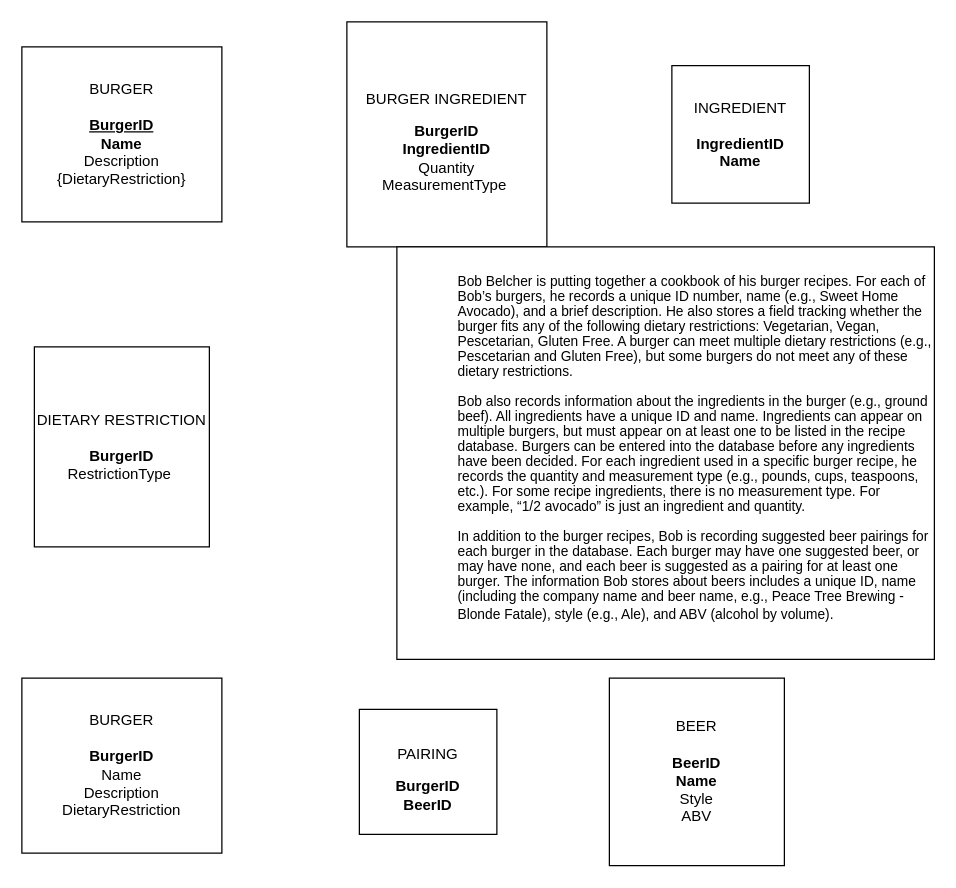
The draw.io diagram page "Page-1" (1 of 3) of Untitled Diagram.drawio in jessapoy/jessapoy, before the edit. Source tidied: cells renumbered, new cells numbered last; positions are measured from the earlier drawing's top-left corner, leaving out a move shared by most shapes. Both pictures are drawn from the tidied source at 125%, with x=0, y=0 at pixel (21, 21).
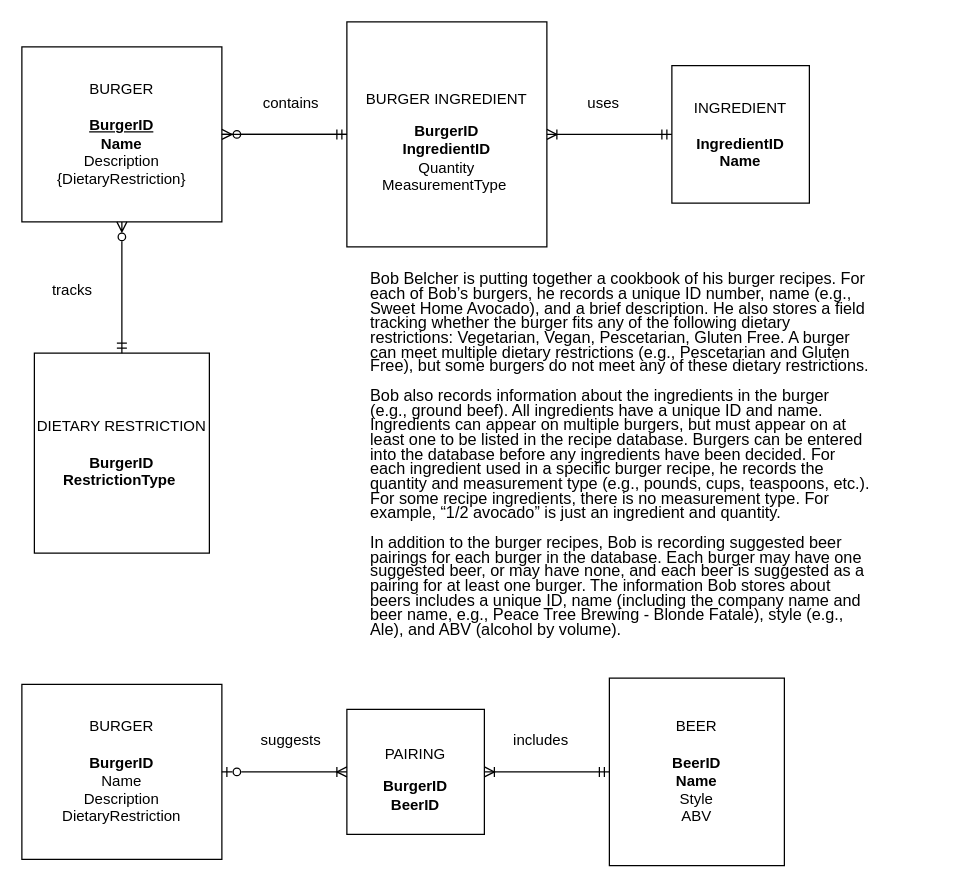
Above is the later version.

Unchanged cells that the change refers to:
```xml
<mxCell id="2" value="&lt;div&gt;&lt;span style=&quot;background-color: initial;&quot;&gt;BURGER&lt;/span&gt;&lt;/div&gt;&lt;span style=&quot;background-color: initial;&quot;&gt;&lt;div&gt;&lt;span style=&quot;background-color: initial;&quot;&gt;&lt;br&gt;&lt;/span&gt;&lt;/div&gt;&lt;b&gt;&lt;u&gt;BurgerID&lt;/u&gt;&lt;/b&gt;&lt;/span&gt;&lt;br&gt;&lt;span style=&quot;background-color: initial;&quot;&gt;&lt;b&gt;Name&lt;/b&gt;&lt;/span&gt;&lt;br&gt;&lt;span style=&quot;background-color: initial;&quot;&gt;Description&lt;/span&gt;&lt;br&gt;&lt;span style=&quot;background-color: initial;&quot;&gt;{DietaryRestriction}&lt;/span&gt;" style="whiteSpace=wrap;html=1;align=center;" parent="1" vertex="1">
  <mxGeometry y="20" width="160" height="140" as="geometry" />
</mxCell>
<mxCell id="3" value="&lt;div&gt;INGREDIENT&lt;/div&gt;&lt;div&gt;&lt;br&gt;&lt;/div&gt;&lt;b&gt;IngredientID&lt;/b&gt;&lt;div&gt;&lt;b&gt;Name&lt;/b&gt;&lt;/div&gt;" style="whiteSpace=wrap;html=1;align=center;" parent="1" vertex="1">
  <mxGeometry x="520" y="35" width="110" height="110" as="geometry" />
</mxCell>
<mxCell id="4" value="BEER&lt;div&gt;&lt;br&gt;&lt;/div&gt;&lt;div&gt;&lt;span style=&quot;background-color: initial;&quot;&gt;&lt;b&gt;BeerID&lt;/b&gt;&lt;/span&gt;&lt;br&gt;&lt;span style=&quot;background-color: initial;&quot;&gt;&lt;b&gt;Name&lt;/b&gt;&lt;/span&gt;&lt;br&gt;&lt;span style=&quot;background-color: initial;&quot;&gt;Style&lt;/span&gt;&lt;br&gt;&lt;span style=&quot;background-color: initial;&quot;&gt;ABV&lt;/span&gt;&lt;br&gt;&lt;/div&gt;" style="whiteSpace=wrap;html=1;align=center;" parent="1" vertex="1">
  <mxGeometry x="470" y="525" width="140" height="150" as="geometry" />
</mxCell>
<mxCell id="7" value="&lt;p&gt;BURGER INGREDIENT&lt;/p&gt;&lt;b&gt;&lt;span style=&quot;background-color: initial;&quot;&gt;BurgerID&lt;/span&gt;&lt;br&gt;&lt;span style=&quot;background-color: initial;&quot;&gt;IngredientID&lt;/span&gt;&lt;/b&gt;&lt;br&gt;&lt;span style=&quot;background-color: initial;&quot;&gt;Quantity&lt;/span&gt;&lt;br&gt;&lt;span style=&quot;background-color: initial;&quot;&gt;MeasurementType&amp;nbsp;&lt;/span&gt;" style="whiteSpace=wrap;html=1;align=center;" parent="1" vertex="1">
  <mxGeometry x="260" width="160" height="180" as="geometry" />
</mxCell>
```

What changed in the source:
```diff
@@
-    <mxCell id="5" value="DIETARY RESTRICTION&lt;div&gt;&lt;br&gt;&lt;/div&gt;&lt;div&gt;&lt;span style=&quot;background-color: initial;&quot;&gt;&lt;b&gt;BurgerID&lt;/b&gt;&lt;/span&gt;&lt;br&gt;&lt;span style=&quot;background-color: initial;&quot;&gt;RestrictionType&amp;nbsp;&lt;/span&gt;&lt;br&gt;&lt;/div&gt;" style="whiteSpace=wrap;html=1;align=center;" parent="1" vertex="1">
-      <mxGeometry x="10" y="260" width="140" height="160" as="geometry" />
+    <mxCell id="5" value="DIETARY RESTRICTION&lt;div&gt;&lt;br&gt;&lt;/div&gt;&lt;div&gt;&lt;span style=&quot;background-color: initial;&quot;&gt;&lt;b&gt;BurgerID&lt;/b&gt;&lt;/span&gt;&lt;br&gt;&lt;span style=&quot;background-color: initial;&quot;&gt;&lt;b&gt;RestrictionType&lt;/b&gt;&amp;nbsp;&lt;/span&gt;&lt;br&gt;&lt;/div&gt;" style="whiteSpace=wrap;html=1;align=center;" parent="1" vertex="1">
+      <mxGeometry x="10" y="265" width="140" height="160" as="geometry" />
     </mxCell>
     <mxCell id="6" value="&lt;p&gt;PAIRING&lt;/p&gt;&lt;b&gt;&lt;span style=&quot;background-color: initial;&quot;&gt;BurgerID&lt;/span&gt;&lt;br&gt;&lt;span style=&quot;background-color: initial;&quot;&gt;BeerID&lt;/span&gt;&lt;/b&gt;" style="whiteSpace=wrap;html=1;align=center;" parent="1" vertex="1">
-      <mxGeometry x="270" y="550" width="110" height="100" as="geometry" />
+      <mxGeometry x="260" y="550" width="110" height="100" as="geometry" />
     </mxCell>
@@
     <mxCell id="8" value="&lt;div&gt;&lt;span style=&quot;background-color: initial;&quot;&gt;BURGER&lt;/span&gt;&lt;/div&gt;&lt;span style=&quot;background-color: initial;&quot;&gt;&lt;div&gt;&lt;span style=&quot;background-color: initial;&quot;&gt;&lt;br&gt;&lt;/span&gt;&lt;/div&gt;&lt;b&gt;BurgerID&lt;/b&gt;&lt;/span&gt;&lt;br&gt;&lt;span style=&quot;background-color: initial;&quot;&gt;Name&lt;/span&gt;&lt;br&gt;&lt;span style=&quot;background-color: initial;&quot;&gt;Description&lt;/span&gt;&lt;br&gt;&lt;span style=&quot;background-color: initial;&quot;&gt;DietaryRestriction&lt;/span&gt;" style="whiteSpace=wrap;html=1;align=center;" parent="1" vertex="1">
-      <mxGeometry y="525" width="160" height="140" as="geometry" />
+      <mxGeometry y="530" width="160" height="140" as="geometry" />
     </mxCell>
-    <mxCell id="9" value="&lt;p style=&quot;text-align: left; margin: 0in 0in 0in 0.5in; line-height: normal; font-family: &amp;quot;Franklin Gothic Book&amp;quot;, sans-serif; font-size: 11px;&quot; class=&quot;MsoListParagraph&quot;&gt;&lt;font style=&quot;font-size: 11px;&quot;&gt;Bob Belcher is putting together a cookbook of his burger recipes. For each of Bob’s burgers, he records a unique ID number, name (e.g., Sweet Home Avocado), and a brief description. He also stores a field tracking whether the burger fits any of the following dietary restrictions: Vegetarian, Vegan, Pescetarian, Gluten Free. A burger can meet multiple dietary restrictions (e.g., Pescetarian and Gluten Free), but some burgers do not meet any of these dietary restrictions.&lt;/font&gt;&lt;/p&gt;&lt;p style=&quot;text-align: left; margin: 0in 0in 0in 0.5in; line-height: normal; font-family: &amp;quot;Franklin Gothic Book&amp;quot;, sans-serif; font-size: 11px;&quot; class=&quot;MsoListParagraph&quot;&gt;&lt;font style=&quot;font-size: 11px;&quot;&gt;&amp;nbsp;&lt;/font&gt;&lt;/p&gt;&lt;p style=&quot;text-align: left; margin: 0in 0in 0in 0.5in; line-height: normal; font-family: &amp;quot;Franklin Gothic Book&amp;quot;, sans-serif; font-size: 11px;&quot; class=&quot;MsoListParagraph&quot;&gt;&lt;font style=&quot;font-size: 11px;&quot;&gt;Bob also records information about the ingredients in the burger (e.g., ground beef). All ingredients have a unique ID and name. Ingredients can appear on multiple burgers, but must appear on at least one to be listed in the recipe database. Burgers can be entered into the database before any ingredients have been decided. For each ingredient used in a specific burger recipe, he records the quantity and measurement type (e.g., pounds, cups, teaspoons, etc.). For some recipe ingredients, there is no measurement type. For example, “1/2 avocado” is just an ingredient and quantity.&lt;/font&gt;&lt;/p&gt;&lt;p style=&quot;text-align: left; margin: 0in 0in 0in 0.5in; line-height: normal; font-family: &amp;quot;Franklin Gothic Book&amp;quot;, sans-serif; font-size: 11px;&quot; class=&quot;MsoListParagraph&quot;&gt;&lt;font style=&quot;font-size: 11px;&quot;&gt;&amp;nbsp;&lt;/font&gt;&lt;/p&gt;&lt;p style=&quot;text-align: left; margin: 0in 0in 6pt 0.5in; line-height: normal; font-family: &amp;quot;Franklin Gothic Book&amp;quot;, sans-serif; font-size: 11px;&quot; class=&quot;MsoListParagraph&quot;&gt;&lt;font style=&quot;font-size: 11px;&quot;&gt;In addition to the burger recipes, Bob is recording suggested beer pairings for each burger in the database. Each burger may have one suggested beer, or may have none, and each beer is suggested as a pairing for at least one burger. The information Bob stores about beers includes a unique ID, name (including the company name and beer name, e.g., Peace Tree Brewing - Blonde Fatale), style (e.g., Ale), and ABV (alcohol by volume).&lt;/font&gt;&lt;span style=&quot;font-size: 10pt; font-size: 10pt;&quot;&gt;&lt;/span&gt;&lt;/p&gt;" style="whiteSpace=wrap;html=1;strokeColor=default;align=center;" parent="1" vertex="1">
-      <mxGeometry x="300" y="180" width="430" height="330" as="geometry" />
+    <mxCell id="9" value="&lt;p class=&quot;MsoListParagraph&quot; style=&quot;margin: 0in 0in 0in 0.5in; line-height: 90%; font-size: 13px; font-family: &amp;quot;Franklin Gothic Book&amp;quot;, sans-serif; text-align: left;&quot;&gt;&lt;font style=&quot;font-size: 13px;&quot;&gt;Bob Belcher is putting together a cookbook of his burger recipes. For each of Bob’s burgers, he records a unique ID number, name (e.g., Sweet Home Avocado), and a brief description. He also stores a field tracking whether the burger fits any of the following dietary restrictions: Vegetarian, Vegan, Pescetarian, Gluten Free. A burger can meet multiple dietary restrictions (e.g., Pescetarian and Gluten Free), but some burgers do not meet any of these dietary restrictions.&lt;/font&gt;&lt;/p&gt;&lt;p class=&quot;MsoListParagraph&quot; style=&quot;margin: 0in 0in 0in 0.5in; line-height: 90%; font-size: 13px; font-family: &amp;quot;Franklin Gothic Book&amp;quot;, sans-serif; text-align: left;&quot;&gt;&lt;font style=&quot;font-size: 13px;&quot;&gt;&amp;nbsp;&lt;/font&gt;&lt;/p&gt;&lt;p class=&quot;MsoListParagraph&quot; style=&quot;margin: 0in 0in 0in 0.5in; line-height: 90%; font-size: 13px; font-family: &amp;quot;Franklin Gothic Book&amp;quot;, sans-serif; text-align: left;&quot;&gt;&lt;font style=&quot;font-size: 13px;&quot;&gt;Bob also records information about the ingredients in the burger (e.g., ground beef). All ingredients have a unique ID and name. Ingredients can appear on multiple burgers, but must appear on at least one to be listed in the recipe database. Burgers can be entered into the database before any ingredients have been decided. For each ingredient used in a specific burger recipe, he records the quantity and measurement type (e.g., pounds, cups, teaspoons, etc.). For some recipe ingredients, there is no measurement type. For example, “1/2 avocado” is just an ingredient and quantity.&lt;/font&gt;&lt;/p&gt;&lt;p class=&quot;MsoListParagraph&quot; style=&quot;margin: 0in 0in 0in 0.5in; line-height: 90%; font-size: 13px; font-family: &amp;quot;Franklin Gothic Book&amp;quot;, sans-serif; text-align: left;&quot;&gt;&lt;font style=&quot;font-size: 13px;&quot;&gt;&amp;nbsp;&lt;/font&gt;&lt;/p&gt;&lt;p class=&quot;MsoListParagraph&quot; style=&quot;margin: 0in 0in 6pt 0.5in; line-height: 90%; font-size: 13px; font-family: &amp;quot;Franklin Gothic Book&amp;quot;, sans-serif; text-align: left;&quot;&gt;&lt;font style=&quot;font-size: 13px;&quot;&gt;In addition to the burger recipes, Bob is recording suggested beer pairings for each burger in the database. Each burger may have one suggested beer, or may have none, and each beer is suggested as a pairing for at least one burger. The information Bob stores about beers includes a unique ID, name (including the company name and beer name, e.g., Peace Tree Brewing - Blonde Fatale), style (e.g., Ale), and ABV (alcohol by volume).&lt;/font&gt;&lt;span style=&quot;font-size: 13px;&quot;&gt;&lt;/span&gt;&lt;/p&gt;" style="whiteSpace=wrap;html=1;strokeColor=none;align=center;fontSize=13;" parent="1" vertex="1">
+      <mxGeometry x="230" y="190" width="450" height="320" as="geometry" />
     </mxCell>
+    <mxCell id="10" style="edgeStyle=entityRelationEdgeStyle;fontSize=12;html=1;endArrow=ERoneToMany;startArrow=ERmandOne;rounded=0;entryX=1;entryY=0.5;entryDx=0;entryDy=0;exitX=0;exitY=0.5;exitDx=0;exitDy=0;" parent="1" edge="1" source="3" target="7">
+      <mxGeometry relative="1" as="geometry" />
+    </mxCell>
+    <mxCell id="11" style="edgeStyle=entityRelationEdgeStyle;fontSize=12;html=1;endArrow=ERzeroToMany;endFill=1;rounded=0;entryX=1;entryY=0.5;entryDx=0;entryDy=0;exitX=1;exitY=0.5;exitDx=0;exitDy=0;" parent="1" edge="1" source="2" target="2">
+      <mxGeometry relative="1" as="geometry" />
+    </mxCell>
+    <mxCell id="12" style="edgeStyle=entityRelationEdgeStyle;fontSize=12;html=1;endArrow=ERzeroToMany;endFill=1;rounded=0;entryX=1;entryY=0.5;entryDx=0;entryDy=0;exitX=0;exitY=0.5;exitDx=0;exitDy=0;" parent="1" edge="1" source="7" target="2">
+      <mxGeometry relative="1" as="geometry" />
+    </mxCell>
+    <mxCell id="13" style="edgeStyle=entityRelationEdgeStyle;fontSize=12;html=1;endArrow=ERmandOne;endFill=0;rounded=0;entryX=0;entryY=0.5;entryDx=0;entryDy=0;exitX=1;exitY=0.5;exitDx=0;exitDy=0;" parent="1" edge="1" source="2" target="7">
+      <mxGeometry relative="1" as="geometry" />
+    </mxCell>
+    <mxCell id="14" style="edgeStyle=entityRelationEdgeStyle;fontSize=12;html=1;endArrow=ERoneToMany;endFill=0;rounded=0;entryX=0;entryY=0.5;entryDx=0;entryDy=0;exitX=1;exitY=0.5;exitDx=0;exitDy=0;startArrow=ERzeroToOne;startFill=0;" parent="1" edge="1" source="8" target="6">
+      <mxGeometry relative="1" as="geometry" />
+    </mxCell>
+    <mxCell id="15" style="endArrow=ERmandOne;html=1;rounded=0;exitX=0.5;exitY=1;exitDx=0;exitDy=0;entryX=0.5;entryY=0;entryDx=0;entryDy=0;startArrow=ERzeroToMany;startFill=0;endFill=0;" parent="1" edge="1" source="2" target="5">
+      <mxGeometry relative="1" as="geometry" />
+    </mxCell>
+    <mxCell id="16" style="edgeStyle=entityRelationEdgeStyle;fontSize=12;html=1;endArrow=ERmandOne;startArrow=ERoneToMany;rounded=0;entryX=0;entryY=0.5;entryDx=0;entryDy=0;exitX=1;exitY=0.5;exitDx=0;exitDy=0;endFill=0;startFill=0;" parent="1" edge="1" source="6" target="4">
+      <mxGeometry relative="1" as="geometry" />
+    </mxCell>
+    <mxCell id="17" value="includes" style="text;html=1;align=center;verticalAlign=middle;strokeColor=none;fillColor=none;" parent="1" vertex="1">
+      <mxGeometry x="380" y="560" width="70" height="30" as="geometry" />
+    </mxCell>
+    <mxCell id="18" value="contains" style="text;html=1;align=center;verticalAlign=middle;strokeColor=none;fillColor=none;" parent="1" vertex="1">
+      <mxGeometry x="180" y="50" width="70" height="30" as="geometry" />
+    </mxCell>
+    <mxCell id="19" value="uses" style="text;html=1;align=center;verticalAlign=middle;strokeColor=none;fillColor=none;" parent="1" vertex="1">
+      <mxGeometry x="440" y="50" width="50" height="30" as="geometry" />
+    </mxCell>
+    <mxCell id="20" value="suggests" style="text;html=1;align=center;verticalAlign=middle;strokeColor=none;fillColor=none;" parent="1" vertex="1">
+      <mxGeometry x="180" y="560" width="70" height="30" as="geometry" />
+    </mxCell>
+    <mxCell id="21" value="tracks" style="text;html=1;align=center;verticalAlign=middle;strokeColor=none;fillColor=none;" parent="1" vertex="1">
+      <mxGeometry x="10" y="200" width="60" height="30" as="geometry" />
+    </mxCell>
```
